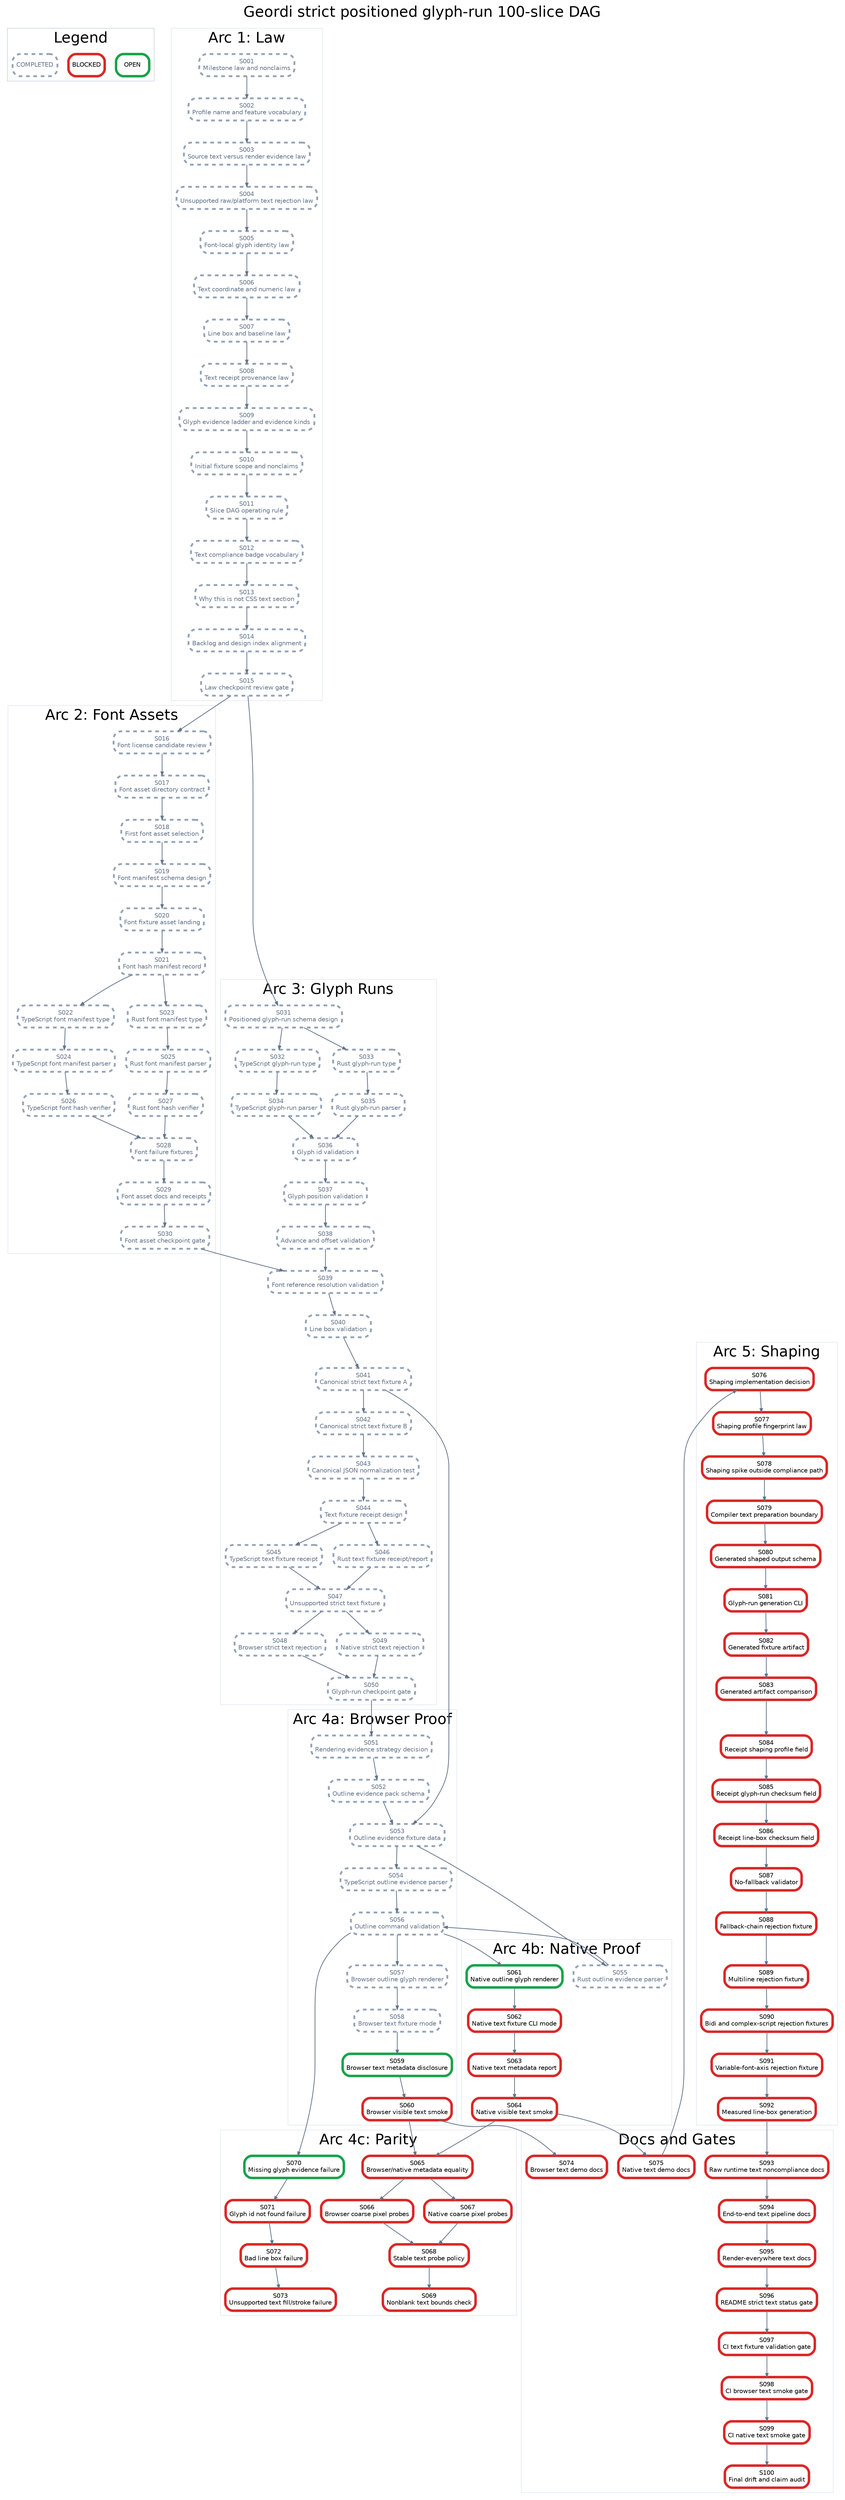
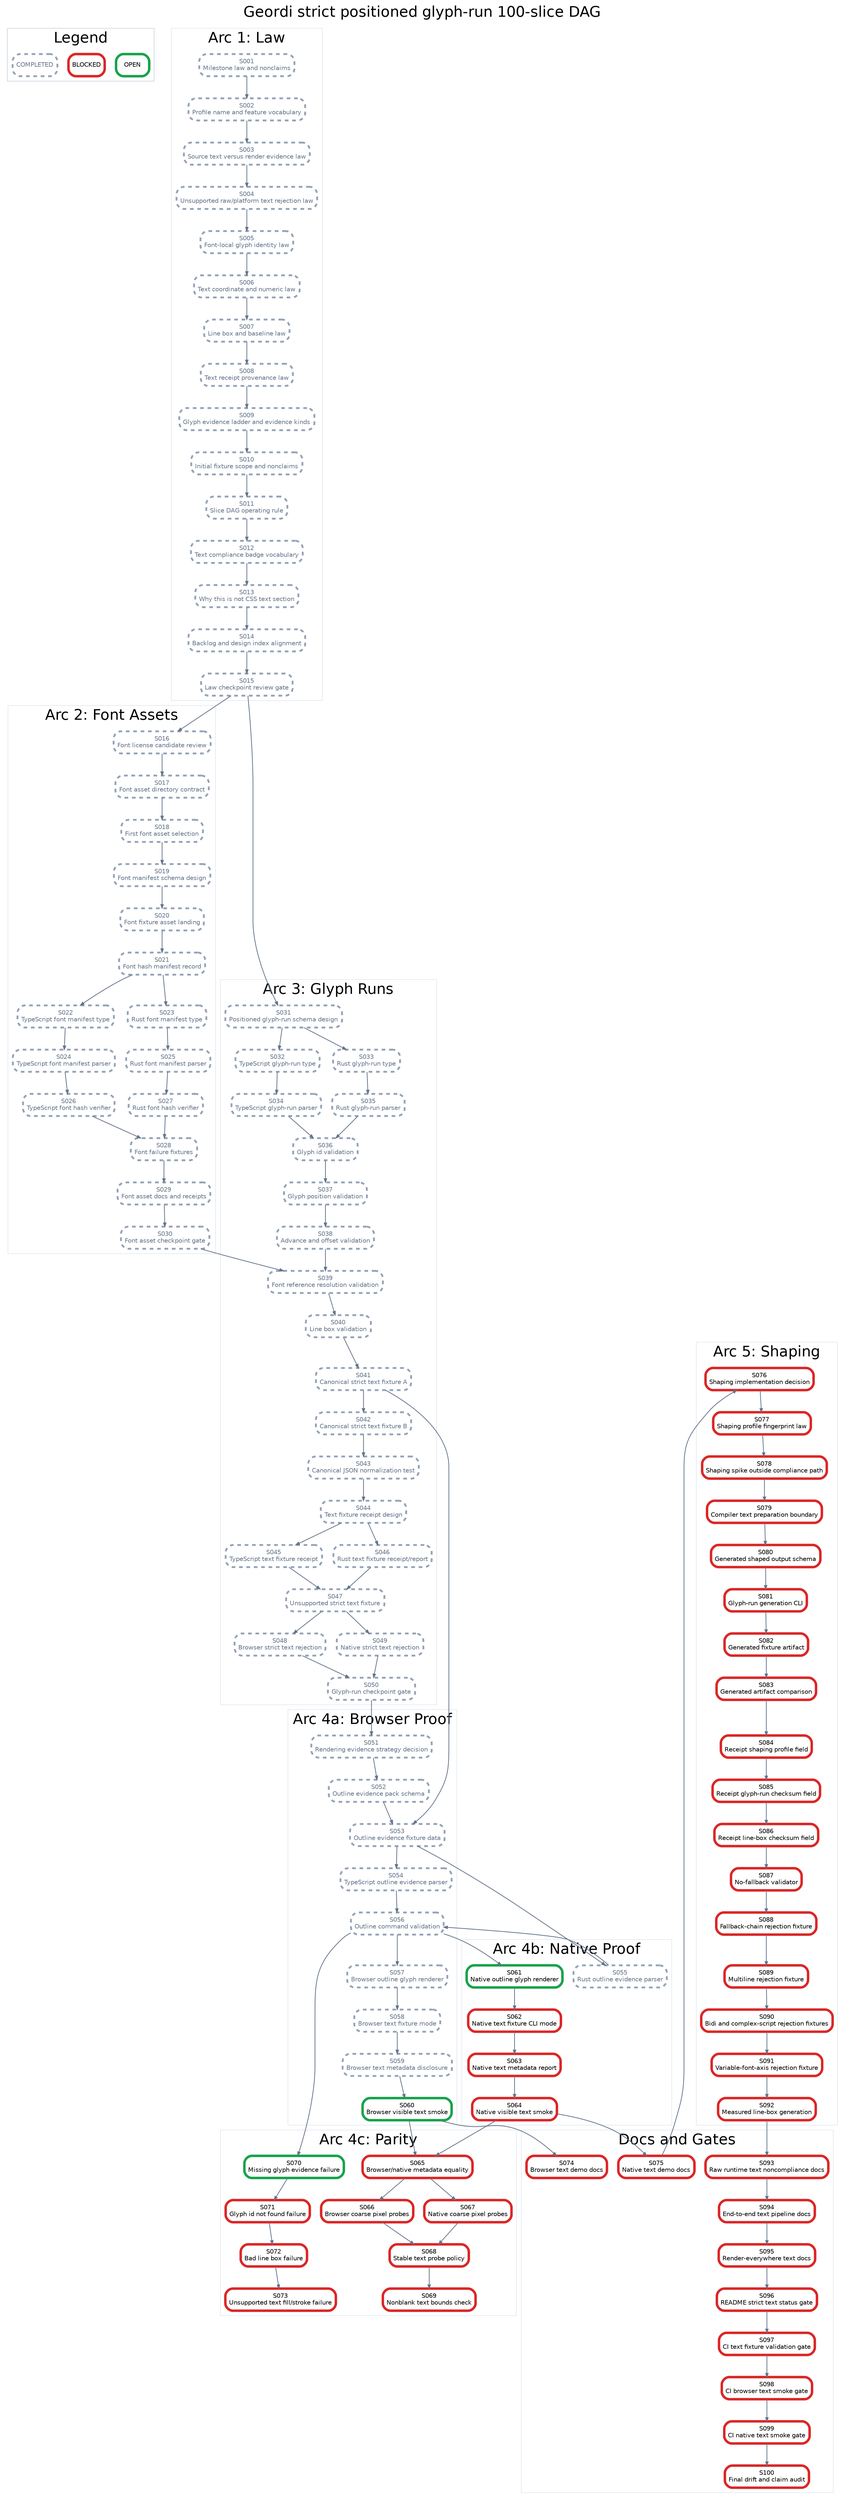
digraph StrictPositionedGlyphRunPlan {
  graph [rankdir=TB, bgcolor="white", fontname="Helvetica", label="Geordi strict positioned glyph-run 100-slice DAG", labelloc="t", fontsize=24];
  node [shape=box, style="rounded,filled", fillcolor="white", fontname="Helvetica", fontsize=10, margin="0.08,0.05"];
  edge [color="#64748b", arrowsize=0.6, penwidth=1.2];

  subgraph cluster_legend {
    label="Legend";
    color="#cbd5e1";
    legend_open [label="OPEN", color="#16a34a", penwidth=4];
    legend_blocked [label="BLOCKED", color="#dc2626", penwidth=4];
    legend_done [label="COMPLETED", color="#94a3b8", penwidth=3, style="rounded,filled,dashed", fontcolor="#64748b"];
  }

  subgraph cluster_law {
    label="Arc 1: Law";
    color="#e2e8f0";
    S001 [label="S001\nMilestone law and nonclaims", color="#94a3b8", penwidth=3, style="rounded,filled,dashed", fontcolor="#64748b"];
    S002 [label="S002\nProfile name and feature vocabulary", color="#94a3b8", penwidth=3, style="rounded,filled,dashed", fontcolor="#64748b"];
    S003 [label="S003\nSource text versus render evidence law", color="#94a3b8", penwidth=3, style="rounded,filled,dashed", fontcolor="#64748b"];
    S004 [label="S004\nUnsupported raw/platform text rejection law", color="#94a3b8", penwidth=3, style="rounded,filled,dashed", fontcolor="#64748b"];
    S005 [label="S005\nFont-local glyph identity law", color="#94a3b8", penwidth=3, style="rounded,filled,dashed", fontcolor="#64748b"];
    S006 [label="S006\nText coordinate and numeric law", color="#94a3b8", penwidth=3, style="rounded,filled,dashed", fontcolor="#64748b"];
    S007 [label="S007\nLine box and baseline law", color="#94a3b8", penwidth=3, style="rounded,filled,dashed", fontcolor="#64748b"];
    S008 [label="S008\nText receipt provenance law", color="#94a3b8", penwidth=3, style="rounded,filled,dashed", fontcolor="#64748b"];
    S009 [label="S009\nGlyph evidence ladder and evidence kinds", color="#94a3b8", penwidth=3, style="rounded,filled,dashed", fontcolor="#64748b"];
    S010 [label="S010\nInitial fixture scope and nonclaims", color="#94a3b8", penwidth=3, style="rounded,filled,dashed", fontcolor="#64748b"];
    S011 [label="S011\nSlice DAG operating rule", color="#94a3b8", penwidth=3, style="rounded,filled,dashed", fontcolor="#64748b"];
    S012 [label="S012\nText compliance badge vocabulary", color="#94a3b8", penwidth=3, style="rounded,filled,dashed", fontcolor="#64748b"];
    S013 [label="S013\nWhy this is not CSS text section", color="#94a3b8", penwidth=3, style="rounded,filled,dashed", fontcolor="#64748b"];
    S014 [label="S014\nBacklog and design index alignment", color="#94a3b8", penwidth=3, style="rounded,filled,dashed", fontcolor="#64748b"];
    S015 [label="S015\nLaw checkpoint review gate", color="#94a3b8", penwidth=3, style="rounded,filled,dashed", fontcolor="#64748b"];
  }

  subgraph cluster_assets {
    label="Arc 2: Font Assets";
    color="#e2e8f0";
    S016 [label="S016\nFont license candidate review", color="#94a3b8", penwidth=3, style="rounded,filled,dashed", fontcolor="#64748b"];
    S017 [label="S017\nFont asset directory contract", color="#94a3b8", penwidth=3, style="rounded,filled,dashed", fontcolor="#64748b"];
    S018 [label="S018\nFirst font asset selection", color="#94a3b8", penwidth=3, style="rounded,filled,dashed", fontcolor="#64748b"];
    S019 [label="S019\nFont manifest schema design", color="#94a3b8", penwidth=3, style="rounded,filled,dashed", fontcolor="#64748b"];
    S020 [label="S020\nFont fixture asset landing", color="#94a3b8", penwidth=3, style="rounded,filled,dashed", fontcolor="#64748b"];
    S021 [label="S021\nFont hash manifest record", color="#94a3b8", penwidth=3, style="rounded,filled,dashed", fontcolor="#64748b"];
    S022 [label="S022\nTypeScript font manifest type", color="#94a3b8", penwidth=3, style="rounded,filled,dashed", fontcolor="#64748b"];
    S023 [label="S023\nRust font manifest type", color="#94a3b8", penwidth=3, style="rounded,filled,dashed", fontcolor="#64748b"];
    S024 [label="S024\nTypeScript font manifest parser", color="#94a3b8", penwidth=3, style="rounded,filled,dashed", fontcolor="#64748b"];
    S025 [label="S025\nRust font manifest parser", color="#94a3b8", penwidth=3, style="rounded,filled,dashed", fontcolor="#64748b"];
    S026 [label="S026\nTypeScript font hash verifier", color="#94a3b8", penwidth=3, style="rounded,filled,dashed", fontcolor="#64748b"];
    S027 [label="S027\nRust font hash verifier", color="#94a3b8", penwidth=3, style="rounded,filled,dashed", fontcolor="#64748b"];
    S028 [label="S028\nFont failure fixtures", color="#94a3b8", penwidth=3, style="rounded,filled,dashed", fontcolor="#64748b"];
    S029 [label="S029\nFont asset docs and receipts", color="#94a3b8", penwidth=3, style="rounded,filled,dashed", fontcolor="#64748b"];
    S030 [label="S030\nFont asset checkpoint gate", color="#94a3b8", penwidth=3, style="rounded,filled,dashed", fontcolor="#64748b"];
  }

  subgraph cluster_glyph {
    label="Arc 3: Glyph Runs";
    color="#e2e8f0";
    S031 [label="S031\nPositioned glyph-run schema design", color="#94a3b8", penwidth=3, style="rounded,filled,dashed", fontcolor="#64748b"];
    S032 [label="S032\nTypeScript glyph-run type", color="#94a3b8", penwidth=3, style="rounded,filled,dashed", fontcolor="#64748b"];
    S033 [label="S033\nRust glyph-run type", color="#94a3b8", penwidth=3, style="rounded,filled,dashed", fontcolor="#64748b"];
    S034 [label="S034\nTypeScript glyph-run parser", color="#94a3b8", penwidth=3, style="rounded,filled,dashed", fontcolor="#64748b"];
    S035 [label="S035\nRust glyph-run parser", color="#94a3b8", penwidth=3, style="rounded,filled,dashed", fontcolor="#64748b"];
    S036 [label="S036\nGlyph id validation", color="#94a3b8", penwidth=3, style="rounded,filled,dashed", fontcolor="#64748b"];
    S037 [label="S037\nGlyph position validation", color="#94a3b8", penwidth=3, style="rounded,filled,dashed", fontcolor="#64748b"];
    S038 [label="S038\nAdvance and offset validation", color="#94a3b8", penwidth=3, style="rounded,filled,dashed", fontcolor="#64748b"];
    S039 [label="S039\nFont reference resolution validation", color="#94a3b8", penwidth=3, style="rounded,filled,dashed", fontcolor="#64748b"];
    S040 [label="S040\nLine box validation", color="#94a3b8", penwidth=3, style="rounded,filled,dashed", fontcolor="#64748b"];
    S041 [label="S041\nCanonical strict text fixture A", color="#94a3b8", penwidth=3, style="rounded,filled,dashed", fontcolor="#64748b"];
    S042 [label="S042\nCanonical strict text fixture B", color="#94a3b8", penwidth=3, style="rounded,filled,dashed", fontcolor="#64748b"];
    S043 [label="S043\nCanonical JSON normalization test", color="#94a3b8", penwidth=3, style="rounded,filled,dashed", fontcolor="#64748b"];
    S044 [label="S044\nText fixture receipt design", color="#94a3b8", penwidth=3, style="rounded,filled,dashed", fontcolor="#64748b"];
    S045 [label="S045\nTypeScript text fixture receipt", color="#94a3b8", penwidth=3, style="rounded,filled,dashed", fontcolor="#64748b"];
    S046 [label="S046\nRust text fixture receipt/report", color="#94a3b8", penwidth=3, style="rounded,filled,dashed", fontcolor="#64748b"];
    S047 [label="S047\nUnsupported strict text fixture", color="#94a3b8", penwidth=3, style="rounded,filled,dashed", fontcolor="#64748b"];
    S048 [label="S048\nBrowser strict text rejection", color="#94a3b8", penwidth=3, style="rounded,filled,dashed", fontcolor="#64748b"];
    S049 [label="S049\nNative strict text rejection", color="#94a3b8", penwidth=3, style="rounded,filled,dashed", fontcolor="#64748b"];
    S050 [label="S050\nGlyph-run checkpoint gate", color="#94a3b8", penwidth=3, style="rounded,filled,dashed", fontcolor="#64748b"];
  }

  subgraph cluster_browser {
    label="Arc 4a: Browser Proof";
    color="#e2e8f0";
    S051 [label="S051\nRendering evidence strategy decision", color="#94a3b8", penwidth=3, style="rounded,filled,dashed", fontcolor="#64748b"];
    S052 [label="S052\nOutline evidence pack schema", color="#94a3b8", penwidth=3, style="rounded,filled,dashed", fontcolor="#64748b"];
    S053 [label="S053\nOutline evidence fixture data", color="#94a3b8", penwidth=3, style="rounded,filled,dashed", fontcolor="#64748b"];
    S054 [label="S054\nTypeScript outline evidence parser", color="#94a3b8", penwidth=3, style="rounded,filled,dashed", fontcolor="#64748b"];
    S056 [label="S056\nOutline command validation", color="#94a3b8", penwidth=3, style="rounded,filled,dashed", fontcolor="#64748b"];
    S057 [label="S057\nBrowser outline glyph renderer", color="#94a3b8", penwidth=3, style="rounded,filled,dashed", fontcolor="#64748b"];
    S058 [label="S058\nBrowser text fixture mode", color="#94a3b8", penwidth=3, style="rounded,filled,dashed", fontcolor="#64748b"];
-     S059 [label="S059\nBrowser text metadata disclosure", color="#16a34a", penwidth=4];
-     S060 [label="S060\nBrowser visible text smoke", color="#dc2626", penwidth=4];
+     S059 [label="S059\nBrowser text metadata disclosure", color="#94a3b8", penwidth=3, style="rounded,filled,dashed", fontcolor="#64748b"];
+     S060 [label="S060\nBrowser visible text smoke", color="#16a34a", penwidth=4];
  }

  subgraph cluster_native {
    label="Arc 4b: Native Proof";
    color="#e2e8f0";
    S055 [label="S055\nRust outline evidence parser", color="#94a3b8", penwidth=3, style="rounded,filled,dashed", fontcolor="#64748b"];
    S061 [label="S061\nNative outline glyph renderer", color="#16a34a", penwidth=4];
    S062 [label="S062\nNative text fixture CLI mode", color="#dc2626", penwidth=4];
    S063 [label="S063\nNative text metadata report", color="#dc2626", penwidth=4];
    S064 [label="S064\nNative visible text smoke", color="#dc2626", penwidth=4];
  }

  subgraph cluster_parity {
    label="Arc 4c: Parity";
    color="#e2e8f0";
    S065 [label="S065\nBrowser/native metadata equality", color="#dc2626", penwidth=4];
    S066 [label="S066\nBrowser coarse pixel probes", color="#dc2626", penwidth=4];
    S067 [label="S067\nNative coarse pixel probes", color="#dc2626", penwidth=4];
    S068 [label="S068\nStable text probe policy", color="#dc2626", penwidth=4];
    S069 [label="S069\nNonblank text bounds check", color="#dc2626", penwidth=4];
    S070 [label="S070\nMissing glyph evidence failure", color="#16a34a", penwidth=4];
    S071 [label="S071\nGlyph id not found failure", color="#dc2626", penwidth=4];
    S072 [label="S072\nBad line box failure", color="#dc2626", penwidth=4];
    S073 [label="S073\nUnsupported text fill/stroke failure", color="#dc2626", penwidth=4];
  }

  subgraph cluster_shaping {
    label="Arc 5: Shaping";
    color="#e2e8f0";
    S076 [label="S076\nShaping implementation decision", color="#dc2626", penwidth=4];
    S077 [label="S077\nShaping profile fingerprint law", color="#dc2626", penwidth=4];
    S078 [label="S078\nShaping spike outside compliance path", color="#dc2626", penwidth=4];
    S079 [label="S079\nCompiler text preparation boundary", color="#dc2626", penwidth=4];
    S080 [label="S080\nGenerated shaped output schema", color="#dc2626", penwidth=4];
    S081 [label="S081\nGlyph-run generation CLI", color="#dc2626", penwidth=4];
    S082 [label="S082\nGenerated fixture artifact", color="#dc2626", penwidth=4];
    S083 [label="S083\nGenerated artifact comparison", color="#dc2626", penwidth=4];
    S084 [label="S084\nReceipt shaping profile field", color="#dc2626", penwidth=4];
    S085 [label="S085\nReceipt glyph-run checksum field", color="#dc2626", penwidth=4];
    S086 [label="S086\nReceipt line-box checksum field", color="#dc2626", penwidth=4];
    S087 [label="S087\nNo-fallback validator", color="#dc2626", penwidth=4];
    S088 [label="S088\nFallback-chain rejection fixture", color="#dc2626", penwidth=4];
    S089 [label="S089\nMultiline rejection fixture", color="#dc2626", penwidth=4];
    S090 [label="S090\nBidi and complex-script rejection fixtures", color="#dc2626", penwidth=4];
    S091 [label="S091\nVariable-font-axis rejection fixture", color="#dc2626", penwidth=4];
    S092 [label="S092\nMeasured line-box generation", color="#dc2626", penwidth=4];
  }

  subgraph cluster_docs {
    label="Docs and Gates";
    color="#e2e8f0";
    S074 [label="S074\nBrowser text demo docs", color="#dc2626", penwidth=4];
    S075 [label="S075\nNative text demo docs", color="#dc2626", penwidth=4];
    S093 [label="S093\nRaw runtime text noncompliance docs", color="#dc2626", penwidth=4];
    S094 [label="S094\nEnd-to-end text pipeline docs", color="#dc2626", penwidth=4];
    S095 [label="S095\nRender-everywhere text docs", color="#dc2626", penwidth=4];
    S096 [label="S096\nREADME strict text status gate", color="#dc2626", penwidth=4];
    S097 [label="S097\nCI text fixture validation gate", color="#dc2626", penwidth=4];
    S098 [label="S098\nCI browser text smoke gate", color="#dc2626", penwidth=4];
    S099 [label="S099\nCI native text smoke gate", color="#dc2626", penwidth=4];
    S100 [label="S100\nFinal drift and claim audit", color="#dc2626", penwidth=4];
  }

  S001 -> S002;
  S002 -> S003;
  S003 -> S004;
  S004 -> S005;
  S005 -> S006;
  S006 -> S007;
  S007 -> S008;
  S008 -> S009;
  S009 -> S010;
  S010 -> S011;
  S011 -> S012;
  S012 -> S013;
  S013 -> S014;
  S014 -> S015;
  S015 -> S016;
  S016 -> S017;
  S017 -> S018;
  S018 -> S019;
  S019 -> S020;
  S020 -> S021;
  S021 -> S022;
  S021 -> S023;
  S022 -> S024;
  S023 -> S025;
  S024 -> S026;
  S025 -> S027;
  S026 -> S028;
  S027 -> S028;
  S028 -> S029;
  S029 -> S030;
  S015 -> S031;
  S031 -> S032;
  S031 -> S033;
  S032 -> S034;
  S033 -> S035;
  S034 -> S036;
  S035 -> S036;
  S036 -> S037;
  S037 -> S038;
  S038 -> S039;
  S039 -> S040;
  S030 -> S039;
  S040 -> S041;
  S041 -> S042;
  S042 -> S043;
  S043 -> S044;
  S044 -> S045;
  S044 -> S046;
  S045 -> S047;
  S046 -> S047;
  S047 -> S048;
  S047 -> S049;
  S048 -> S050;
  S049 -> S050;
  S050 -> S051;
  S051 -> S052;
  S052 -> S053;
  S041 -> S053;
  S053 -> S054;
  S053 -> S055;
  S054 -> S056;
  S055 -> S056;
  S056 -> S057;
  S057 -> S058;
  S058 -> S059;
  S059 -> S060;
  S056 -> S061;
  S061 -> S062;
  S062 -> S063;
  S063 -> S064;
  S060 -> S065;
  S064 -> S065;
  S065 -> S066;
  S065 -> S067;
  S066 -> S068;
  S067 -> S068;
  S068 -> S069;
  S056 -> S070;
  S070 -> S071;
  S071 -> S072;
  S072 -> S073;
  S060 -> S074;
  S064 -> S075;
  S075 -> S076;
  S076 -> S077;
  S077 -> S078;
  S078 -> S079;
  S079 -> S080;
  S080 -> S081;
  S081 -> S082;
  S082 -> S083;
  S083 -> S084;
  S084 -> S085;
  S085 -> S086;
  S086 -> S087;
  S087 -> S088;
  S088 -> S089;
  S089 -> S090;
  S090 -> S091;
  S091 -> S092;
  S092 -> S093;
  S093 -> S094;
  S094 -> S095;
  S095 -> S096;
  S096 -> S097;
  S097 -> S098;
  S098 -> S099;
  S099 -> S100;
}
